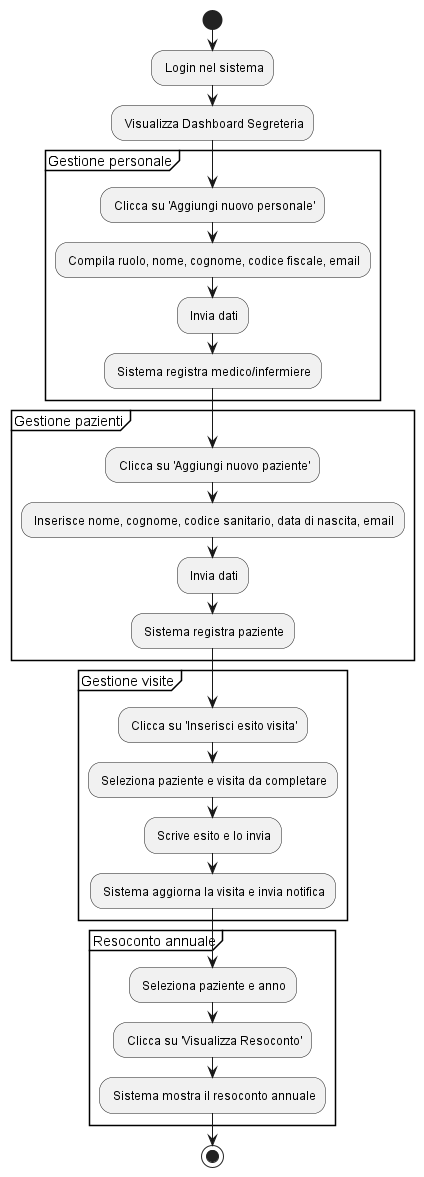
Taniyakaur/KMBhealthcenter keeps this PlantUML diagram as Latex/diagrammi_uml/diagramma_attivita_segreteria.png. Above is the earlier version.
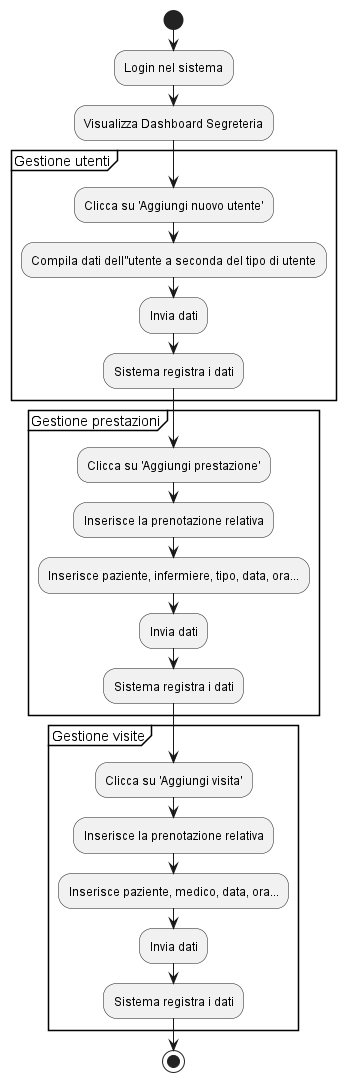
After the change.

Diff of the diagram source:
```diff
@@ -1,34 +1,33 @@
 @startuml
-| Segreteria |
+|Segreteria|
+
 start
-    : Login nel sistema;
-    : Visualizza Dashboard Segreteria;
 
-    partition "Gestione personale" {
-        : Clicca su 'Aggiungi nuovo personale';
-        : Compila ruolo, nome, cognome, codice fiscale, email;
-        : Invia dati;
-        : Sistema registra medico/infermiere;
-    }
+:Login nel sistema;
+:Visualizza Dashboard Segreteria;
 
-    partition "Gestione pazienti" {
-        : Clicca su 'Aggiungi nuovo paziente';
-        : Inserisce nome, cognome, codice sanitario, data di nascita, email;
-        : Invia dati;
-        : Sistema registra paziente;
-    }
+partition "Gestione utenti" {
+    :Clicca su 'Aggiungi nuovo utente';
+    :Compila dati dell''utente a seconda del tipo di utente;
+    :Invia dati;
+    :Sistema registra i dati;
+}
 
-    partition "Gestione visite" {
-        : Clicca su 'Inserisci esito visita';
-        : Seleziona paziente e visita da completare;
-        : Scrive esito e lo invia;
-        : Sistema aggiorna la visita e invia notifica;
-    }
+partition "Gestione prestazioni" {
+    :Clicca su 'Aggiungi prestazione';
+    :Inserisce la prenotazione relativa;
+    :Inserisce paziente, infermiere, tipo, data, ora...;
+    :Invia dati;
+    :Sistema registra i dati;
+}
 
-    partition "Resoconto annuale" {
-        : Seleziona paziente e anno;
-        : Clicca su 'Visualizza Resoconto';
-        : Sistema mostra il resoconto annuale;
-    }
+partition "Gestione visite" {
+    :Clicca su 'Aggiungi visita';
+    :Inserisce la prenotazione relativa;
+    :Inserisce paziente, medico, data, ora...;
+    :Invia dati;
+    :Sistema registra i dati;
+}
+
 stop
 @enduml
```
